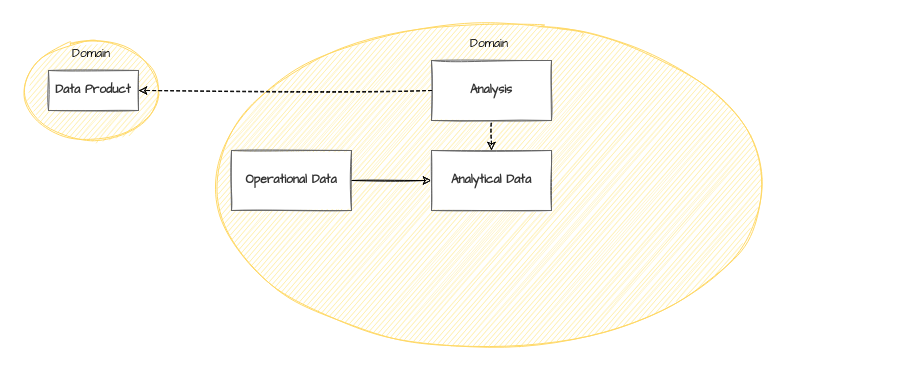
This is diagrams/domainteamjourney_level3.drawio from datamesh-architecture/datamesh-architecture.com, a draw.io file, before an edit. Source tidied: cells renumbered, new cells numbered last; positions are measured from the earlier drawing's top-left corner, leaving out a move shared by most shapes. Both pictures are drawn from the tidied source at 100%, with x=0, y=0 at pixel (17, 17). Pictures stored in the file or linked from it are replaced by grey dashed boxes.
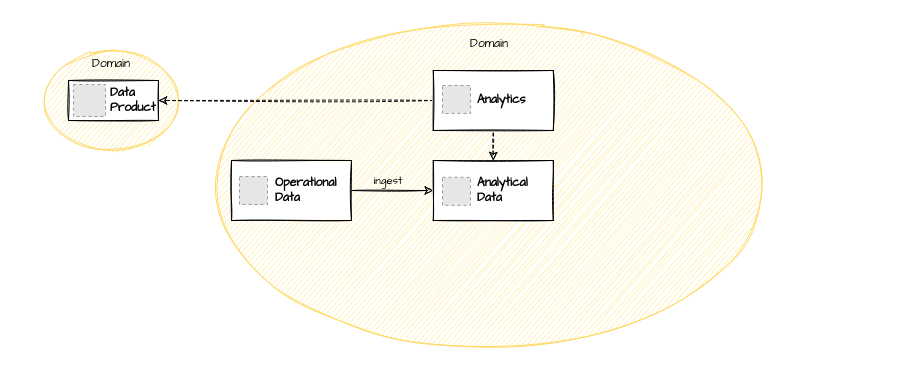
The same diagram, later.

The edit, as a diff of the source:
```diff
@@
 <mxGraphModel>
   <root>
     <mxCell id="0" />
     <mxCell id="1" parent="0" />
     <mxCell id="2" style="rounded=0;whiteSpace=wrap;html=1;fillColor=none;strokeColor=none;sketch=1;fontFamily=Architects Daughter;" parent="1" vertex="1">
       <mxGeometry width="889" height="337" as="geometry" />
     </mxCell>
     <mxCell id="3" value="Domain" style="ellipse;whiteSpace=wrap;html=1;verticalAlign=top;sketch=1;fontFamily=Architects Daughter;strokeColor=#FFD966;fillColor=#FFEB99;" parent="1" vertex="1">
       <mxGeometry x="184" y="13" width="575.5" height="310" as="geometry" />
     </mxCell>
+    <mxCell id="12" style="rounded=0;jettySize=auto;html=1;exitX=0.5;exitY=0;exitDx=0;exitDy=0;startArrow=classic;startFill=1;endArrow=none;endFill=0;dashed=1;sketch=1;fontFamily=Architects Daughter;" parent="1" edge="1" source="8" target="17">
+      <mxGeometry relative="1" as="geometry" />
+    </mxCell>
-    <mxCell id="4" style="edgeStyle=orthogonalEdgeStyle;rounded=0;jettySize=auto;html=1;startArrow=classic;startFill=1;endArrow=none;endFill=0;exitX=0;exitY=0.5;exitDx=0;exitDy=0;sketch=1;fontFamily=Architects Daughter;" parent="1" edge="1" source="8" target="5">
+    <mxCell id="4" style="edgeStyle=orthogonalEdgeStyle;rounded=0;jettySize=auto;html=1;startArrow=classic;startFill=1;endArrow=none;endFill=0;sketch=1;fontFamily=Architects Daughter;" parent="1" edge="1" source="8" target="5">
       <mxGeometry relative="1" as="geometry" />
     </mxCell>
-    <mxCell id="5" value="Operational Data" style="rounded=0;whiteSpace=wrap;html=1;fillColor=#FFFFFF;fontColor=#333333;strokeColor=#666666;fontStyle=1;sketch=1;fontFamily=Architects Daughter;fillStyle=solid;" parent="1" vertex="1">
-      <mxGeometry x="214" y="133" width="120" height="60" as="geometry" />
-    </mxCell>
-    <mxCell id="6" value="Analysis" style="rounded=0;whiteSpace=wrap;html=1;fillColor=#FFFFFF;fontColor=#333333;strokeColor=#666666;fontStyle=1;sketch=1;fontFamily=Architects Daughter;fillStyle=solid;" parent="1" vertex="1">
-      <mxGeometry x="414" y="43" width="120" height="60" as="geometry" />
-    </mxCell>
-    <mxCell id="7" style="rounded=0;jettySize=auto;html=1;exitX=0.5;exitY=0;exitDx=0;exitDy=0;startArrow=classic;startFill=1;endArrow=none;endFill=0;dashed=1;sketch=1;fontFamily=Architects Daughter;" parent="1" edge="1" source="8" target="6">
-      <mxGeometry relative="1" as="geometry" />
-    </mxCell>
-    <mxCell id="8" value="Analytical Data" style="rounded=0;whiteSpace=wrap;html=1;fillColor=#FFFFFF;fontColor=#333333;strokeColor=#666666;fontStyle=1;sketch=1;fontFamily=Architects Daughter;fillStyle=solid;" parent="1" vertex="1">
-      <mxGeometry x="414" y="133" width="120" height="60" as="geometry" />
-    </mxCell>
     <mxCell id="9" value="Domain" style="ellipse;whiteSpace=wrap;html=1;verticalAlign=top;sketch=1;fontFamily=Architects Daughter;strokeColor=#FFD966;fillColor=#FFEB99;" parent="1" vertex="1">
-      <mxGeometry x="4" y="23" width="140" height="100" as="geometry" />
+      <mxGeometry x="24" y="33" width="140" height="100" as="geometry" />
     </mxCell>
-    <mxCell id="10" value="Data Product" style="rounded=0;whiteSpace=wrap;html=1;fillColor=#FFFFFF;fontColor=#333333;strokeColor=#666666;fontStyle=1;sketch=1;fontFamily=Architects Daughter;fillStyle=solid;" parent="1" vertex="1">
-      <mxGeometry x="31" y="53" width="90" height="40" as="geometry" />
+    <mxCell id="10" value="Data Product" style="rounded=0;whiteSpace=wrap;html=1;fontStyle=1;sketch=1;fontFamily=Architects Daughter;spacingLeft=40;align=left;" parent="1" vertex="1">
+      <mxGeometry x="51" y="63" width="90" height="40" as="geometry" />
     </mxCell>
-    <mxCell id="11" style="rounded=0;jettySize=auto;html=1;startArrow=none;startFill=0;endArrow=classic;endFill=1;exitX=0;exitY=0.5;exitDx=0;exitDy=0;entryX=1;entryY=0.5;entryDx=0;entryDy=0;dashed=1;sketch=1;fontFamily=Architects Daughter;" parent="1" edge="1" source="6" target="10">
-      <mxGeometry relative="1" as="geometry" />
-    </mxCell>
+    <mxCell id="13" style="rounded=0;jettySize=auto;html=1;startArrow=none;startFill=0;endArrow=classic;endFill=1;exitX=0;exitY=0.5;exitDx=0;exitDy=0;entryX=1;entryY=0.5;entryDx=0;entryDy=0;dashed=1;sketch=1;fontFamily=Architects Daughter;" parent="1" edge="1" source="17" target="10">
+      <mxGeometry relative="1" as="geometry" />
+    </mxCell>
+    <mxCell id="14" style="fillColor=#E6E6E6;strokeColor=#999999;dashed=1;verticalLabelPosition=bottom;labelBackgroundColor=#ffffff;verticalAlign=top;" parent="1" vertex="1">
+      <mxGeometry x="56" y="67" width="32" height="32" as="geometry" />
+    </mxCell>
+    <mxCell id="15" value="ingest" style="text;html=1;strokeColor=none;fillColor=none;align=center;verticalAlign=middle;whiteSpace=wrap;rounded=0;sketch=1;fontFamily=Architects Daughter;fontSize=11;" parent="1" vertex="1">
+      <mxGeometry x="341" y="148" width="60" height="30" as="geometry" />
+    </mxCell>
+    <mxCell id="16" style="group;" parent="1" vertex="1">
+      <mxGeometry x="415.8" y="53" width="120" height="60" as="geometry" />
+    </mxCell>
+    <mxCell id="17" value="Analytics" style="rounded=0;whiteSpace=wrap;html=1;fontStyle=1;sketch=1;fontFamily=Architects Daughter;align=left;spacingLeft=42;" parent="16" vertex="1">
+      <mxGeometry width="120" height="60" as="geometry" />
+    </mxCell>
+    <mxCell id="18" style="fillColor=#E6E6E6;strokeColor=#999999;dashed=1;verticalLabelPosition=bottom;labelBackgroundColor=default;verticalAlign=top;" parent="16" vertex="1">
+      <mxGeometry x="9.2" y="15" width="28" height="28" as="geometry" />
+    </mxCell>
+    <mxCell id="19" style="group;" parent="1" vertex="1">
+      <mxGeometry x="415.8" y="143" width="120" height="60" as="geometry" />
+    </mxCell>
+    <mxCell id="8" value="Analytical &lt;br&gt;Data" style="rounded=0;whiteSpace=wrap;html=1;fontStyle=1;sketch=1;fontFamily=Architects Daughter;align=left;spacingLeft=42;" parent="19" vertex="1">
+      <mxGeometry width="120" height="60" as="geometry" />
+    </mxCell>
+    <mxCell id="20" style="fillColor=#E6E6E6;strokeColor=#999999;dashed=1;verticalLabelPosition=bottom;labelBackgroundColor=default;verticalAlign=top;" parent="19" vertex="1">
+      <mxGeometry x="9.2" y="16.8" width="28" height="28" as="geometry" />
+    </mxCell>
+    <mxCell id="21" style="group;" parent="1" vertex="1">
+      <mxGeometry x="214" y="143" width="120" height="60" as="geometry" />
+    </mxCell>
+    <mxCell id="5" value="Operational &lt;br&gt;Data" style="rounded=0;whiteSpace=wrap;html=1;fontStyle=1;sketch=1;fontFamily=Architects Daughter;align=left;spacingLeft=42;" parent="21" vertex="1">
+      <mxGeometry width="120" height="60" as="geometry" />
+    </mxCell>
+    <mxCell id="22" style="fillColor=#E6E6E6;strokeColor=#999999;dashed=1;verticalLabelPosition=bottom;labelBackgroundColor=default;verticalAlign=top;" parent="21" vertex="1">
+      <mxGeometry x="8" y="16" width="28" height="28" as="geometry" />
+    </mxCell>
   </root>
 </mxGraphModel>
```
